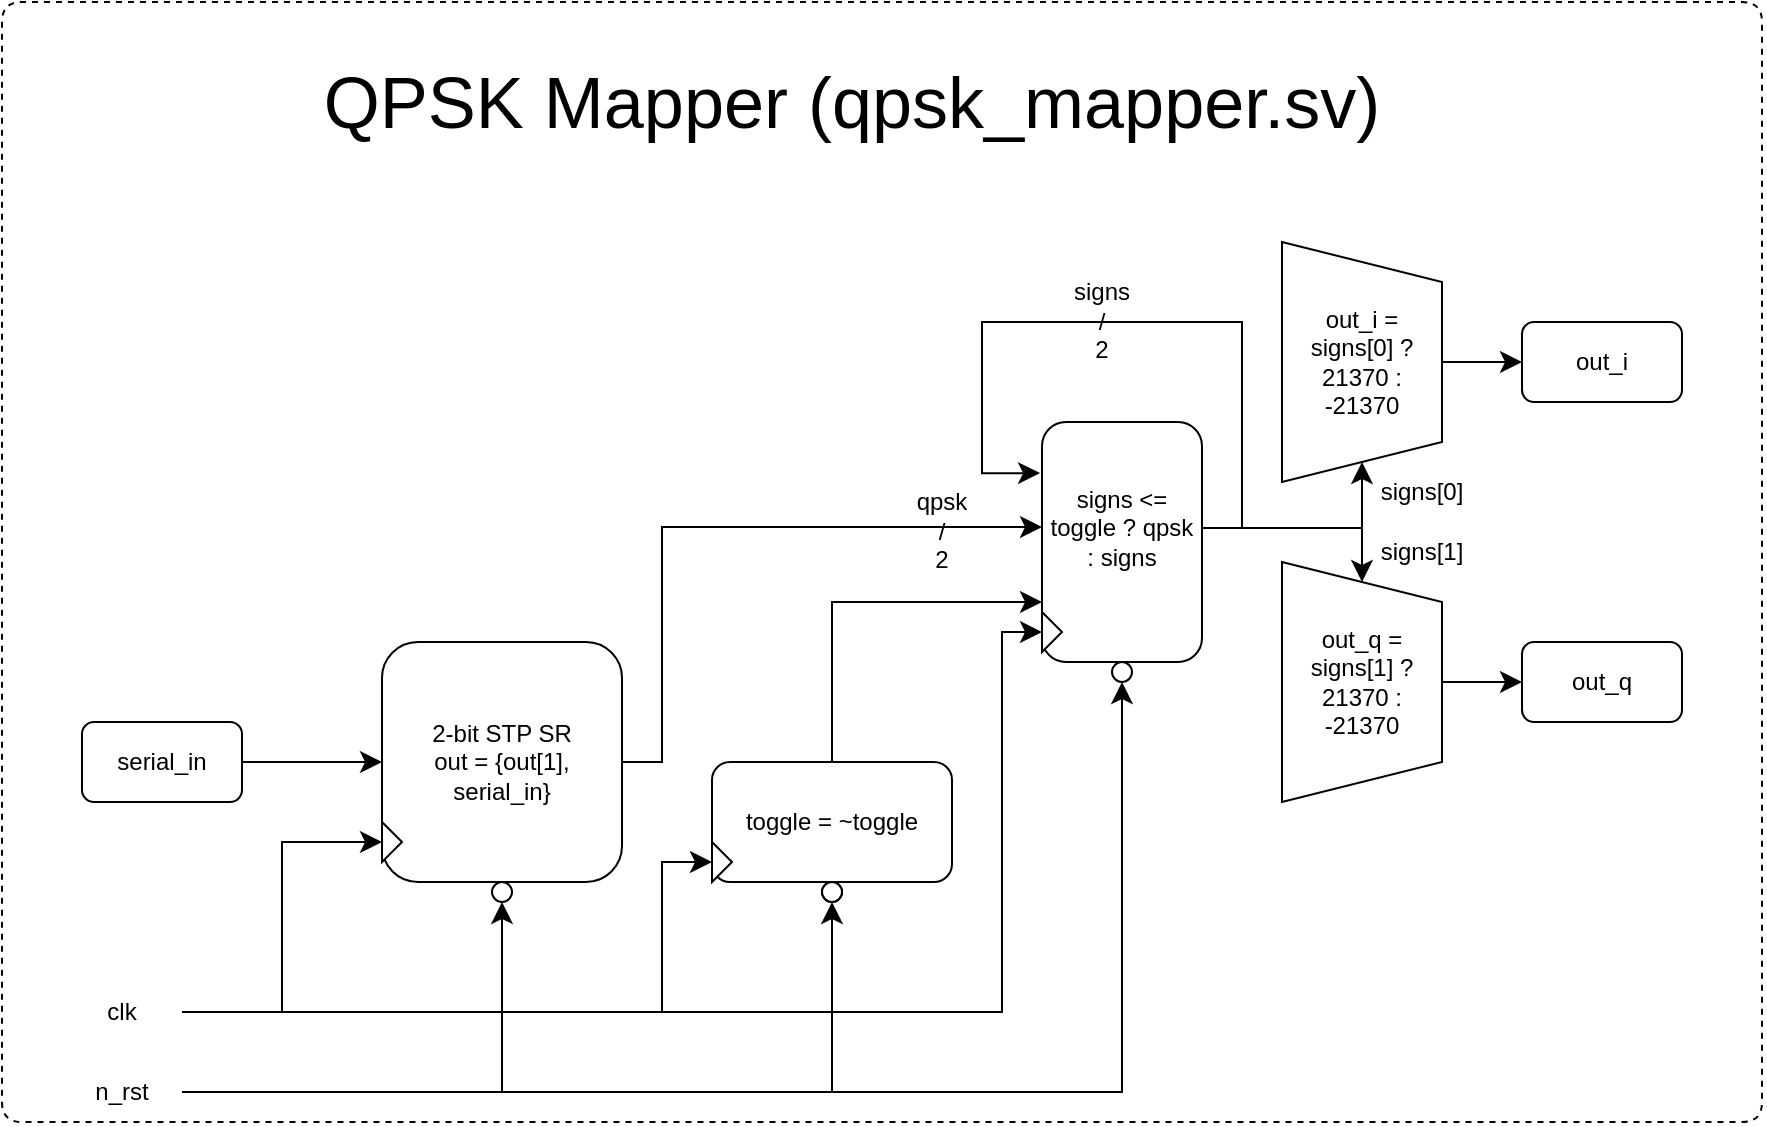
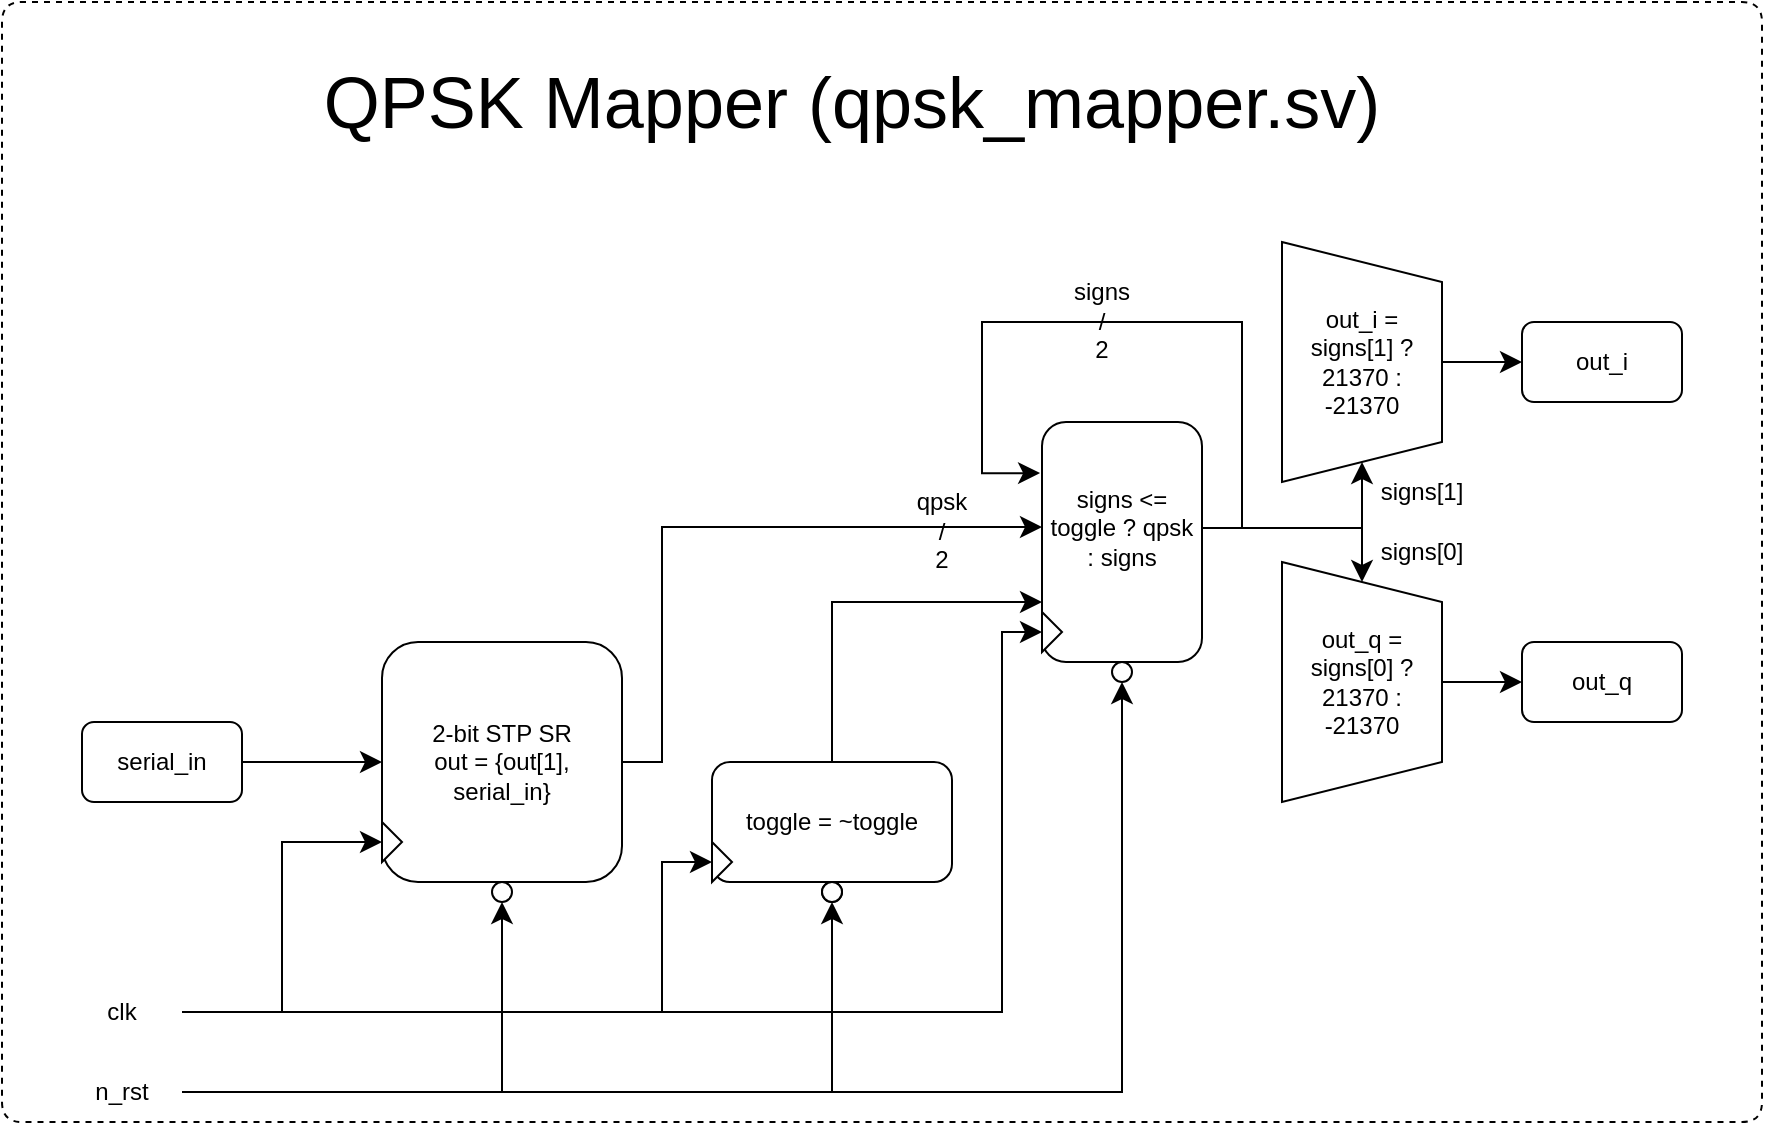
<mxfile host="app.diagrams.net">
  <diagram name="Page-1" id="U4lQIinmkHXP4-waNSO3">
-     <mxGraphModel dx="936" dy="1743" grid="1" gridSize="10" guides="1" tooltips="1" connect="1" arrows="1" fold="1" page="1" pageScale="1" pageWidth="850" pageHeight="1100" math="0" shadow="0">
+     <mxGraphModel dx="656" dy="1519" grid="1" gridSize="10" guides="1" tooltips="1" connect="1" arrows="1" fold="1" page="1" pageScale="1" pageWidth="850" pageHeight="1100" math="0" shadow="0">
      <root>
        <mxCell id="0" />
        <mxCell id="1" parent="0" />
        <mxCell id="J6cfG6GmxILjLDQb_3p_-35" parent="1" style="text;html=1;whiteSpace=wrap;strokeColor=none;fillColor=none;align=center;verticalAlign=middle;rounded=0;fontFamily=Helvetica;fontSize=12;fontColor=default;labelBackgroundColor=default;" value="&lt;div&gt;&lt;br&gt;&lt;/div&gt;&lt;div&gt;&lt;br&gt;&lt;/div&gt;signs&lt;div&gt;/&lt;/div&gt;&lt;div&gt;2&lt;/div&gt;" vertex="1">
          <mxGeometry height="30" width="60" x="520" y="50" as="geometry" />
        </mxCell>
        <mxCell id="J6cfG6GmxILjLDQb_3p_-36" parent="1" style="text;html=1;whiteSpace=wrap;strokeColor=none;fillColor=none;align=center;verticalAlign=middle;rounded=0;fontFamily=Helvetica;fontSize=12;fontColor=default;labelBackgroundColor=default;" value="&lt;div&gt;&lt;br&gt;&lt;/div&gt;&lt;div&gt;&lt;br&gt;&lt;/div&gt;qpsk&lt;br&gt;&lt;div&gt;/&lt;/div&gt;&lt;div&gt;2&lt;/div&gt;" vertex="1">
          <mxGeometry height="30" width="60" x="440" y="155" as="geometry" />
        </mxCell>
        <mxCell id="J6cfG6GmxILjLDQb_3p_-3" edge="1" parent="1" source="J6cfG6GmxILjLDQb_3p_-1" style="edgeStyle=orthogonalEdgeStyle;rounded=0;orthogonalLoop=1;jettySize=auto;html=1;exitX=1;exitY=0.5;exitDx=0;exitDy=0;entryX=0;entryY=0.5;entryDx=0;entryDy=0;fontSize=12;startSize=8;endSize=8;" target="J6cfG6GmxILjLDQb_3p_-2">
          <mxGeometry relative="1" as="geometry" />
        </mxCell>
        <mxCell id="J6cfG6GmxILjLDQb_3p_-1" parent="1" style="rounded=1;whiteSpace=wrap;html=1;" value="serial_in" vertex="1">
          <mxGeometry height="40" width="80" x="40" y="280" as="geometry" />
        </mxCell>
        <mxCell id="J6cfG6GmxILjLDQb_3p_-50" edge="1" parent="1" source="J6cfG6GmxILjLDQb_3p_-2" style="edgeStyle=orthogonalEdgeStyle;shape=connector;rounded=0;orthogonalLoop=1;jettySize=auto;html=1;exitX=1;exitY=0.5;exitDx=0;exitDy=0;strokeColor=default;align=center;verticalAlign=middle;fontFamily=Helvetica;fontSize=12;fontColor=default;labelBackgroundColor=default;startSize=8;endArrow=classic;endSize=8;entryX=0;entryY=0.5;entryDx=0;entryDy=0;" target="J6cfG6GmxILjLDQb_3p_-38">
          <mxGeometry relative="1" as="geometry">
            <Array as="points">
              <mxPoint x="330" y="300" />
              <mxPoint x="330" y="183" />
            </Array>
            <mxPoint x="510" y="183" as="targetPoint" />
          </mxGeometry>
        </mxCell>
        <mxCell id="J6cfG6GmxILjLDQb_3p_-2" parent="1" style="rounded=1;whiteSpace=wrap;html=1;" value="2-bit STP SR&lt;div&gt;out = {out[1], serial_in}&lt;/div&gt;" vertex="1">
          <mxGeometry height="120" width="120" x="190" y="240" as="geometry" />
        </mxCell>
        <mxCell id="J6cfG6GmxILjLDQb_3p_-7" edge="1" parent="1" source="J6cfG6GmxILjLDQb_3p_-4" style="edgeStyle=orthogonalEdgeStyle;shape=connector;rounded=0;orthogonalLoop=1;jettySize=auto;html=1;exitX=1;exitY=0.5;exitDx=0;exitDy=0;entryX=0;entryY=0.5;entryDx=0;entryDy=0;strokeColor=default;align=center;verticalAlign=middle;fontFamily=Helvetica;fontSize=12;fontColor=default;labelBackgroundColor=default;startSize=8;endArrow=classic;endSize=8;" target="J6cfG6GmxILjLDQb_3p_-6">
          <mxGeometry relative="1" as="geometry" />
        </mxCell>
        <mxCell id="J6cfG6GmxILjLDQb_3p_-16" edge="1" parent="1" source="J6cfG6GmxILjLDQb_3p_-4" style="edgeStyle=orthogonalEdgeStyle;shape=connector;rounded=0;orthogonalLoop=1;jettySize=auto;html=1;exitX=1;exitY=0.5;exitDx=0;exitDy=0;entryX=0;entryY=0.5;entryDx=0;entryDy=0;strokeColor=default;align=center;verticalAlign=middle;fontFamily=Helvetica;fontSize=12;fontColor=default;labelBackgroundColor=default;startSize=8;endArrow=classic;endSize=8;" target="J6cfG6GmxILjLDQb_3p_-14">
          <mxGeometry relative="1" as="geometry">
            <Array as="points">
              <mxPoint x="330" y="425" />
              <mxPoint x="330" y="350" />
            </Array>
          </mxGeometry>
        </mxCell>
        <mxCell id="J6cfG6GmxILjLDQb_3p_-57" edge="1" parent="1" source="J6cfG6GmxILjLDQb_3p_-4" style="edgeStyle=orthogonalEdgeStyle;shape=connector;rounded=0;orthogonalLoop=1;jettySize=auto;html=1;exitX=1;exitY=0.5;exitDx=0;exitDy=0;entryX=0;entryY=0.5;entryDx=0;entryDy=0;strokeColor=default;align=center;verticalAlign=middle;fontFamily=Helvetica;fontSize=12;fontColor=default;labelBackgroundColor=default;startSize=8;endArrow=classic;endSize=8;" target="J6cfG6GmxILjLDQb_3p_-55">
          <mxGeometry relative="1" as="geometry">
            <Array as="points">
              <mxPoint x="500" y="425" />
              <mxPoint x="500" y="235" />
            </Array>
          </mxGeometry>
        </mxCell>
        <mxCell id="J6cfG6GmxILjLDQb_3p_-4" parent="1" style="text;html=1;whiteSpace=wrap;strokeColor=none;fillColor=none;align=center;verticalAlign=middle;rounded=0;fontFamily=Helvetica;fontSize=12;fontColor=default;labelBackgroundColor=default;" value="clk" vertex="1">
          <mxGeometry height="30" width="60" x="30" y="410" as="geometry" />
        </mxCell>
        <mxCell id="J6cfG6GmxILjLDQb_3p_-9" edge="1" parent="1" source="J6cfG6GmxILjLDQb_3p_-5" style="edgeStyle=orthogonalEdgeStyle;shape=connector;rounded=0;orthogonalLoop=1;jettySize=auto;html=1;exitX=1;exitY=0.5;exitDx=0;exitDy=0;entryX=0.5;entryY=1;entryDx=0;entryDy=0;strokeColor=default;align=center;verticalAlign=middle;fontFamily=Helvetica;fontSize=12;fontColor=default;labelBackgroundColor=default;startSize=8;endArrow=classic;endSize=8;" target="J6cfG6GmxILjLDQb_3p_-8">
          <mxGeometry relative="1" as="geometry" />
        </mxCell>
        <mxCell id="J6cfG6GmxILjLDQb_3p_-17" edge="1" parent="1" source="J6cfG6GmxILjLDQb_3p_-5" style="edgeStyle=orthogonalEdgeStyle;shape=connector;rounded=0;orthogonalLoop=1;jettySize=auto;html=1;exitX=1;exitY=0.5;exitDx=0;exitDy=0;entryX=0.5;entryY=1;entryDx=0;entryDy=0;strokeColor=default;align=center;verticalAlign=middle;fontFamily=Helvetica;fontSize=12;fontColor=default;labelBackgroundColor=default;startSize=8;endArrow=classic;endSize=8;" target="J6cfG6GmxILjLDQb_3p_-15">
          <mxGeometry relative="1" as="geometry" />
        </mxCell>
        <mxCell id="J6cfG6GmxILjLDQb_3p_-60" edge="1" parent="1" source="J6cfG6GmxILjLDQb_3p_-5" style="edgeStyle=orthogonalEdgeStyle;shape=connector;rounded=0;orthogonalLoop=1;jettySize=auto;html=1;exitX=1;exitY=0.5;exitDx=0;exitDy=0;entryX=0.5;entryY=1;entryDx=0;entryDy=0;strokeColor=default;align=center;verticalAlign=middle;fontFamily=Helvetica;fontSize=12;fontColor=default;labelBackgroundColor=default;startSize=8;endArrow=classic;endSize=8;" target="J6cfG6GmxILjLDQb_3p_-59">
          <mxGeometry relative="1" as="geometry" />
        </mxCell>
        <mxCell id="J6cfG6GmxILjLDQb_3p_-5" parent="1" style="text;html=1;whiteSpace=wrap;strokeColor=none;fillColor=none;align=center;verticalAlign=middle;rounded=0;fontFamily=Helvetica;fontSize=12;fontColor=default;labelBackgroundColor=default;" value="n_rst" vertex="1">
          <mxGeometry height="30" width="60" x="30" y="450" as="geometry" />
        </mxCell>
        <mxCell id="J6cfG6GmxILjLDQb_3p_-6" parent="1" style="triangle;whiteSpace=wrap;html=1;fontFamily=Helvetica;fontSize=12;fontColor=default;labelBackgroundColor=default;" value="" vertex="1">
          <mxGeometry height="20" width="10" x="190" y="330" as="geometry" />
        </mxCell>
        <mxCell id="J6cfG6GmxILjLDQb_3p_-8" parent="1" style="ellipse;whiteSpace=wrap;html=1;aspect=fixed;fontFamily=Helvetica;fontSize=12;fontColor=default;labelBackgroundColor=default;" value="" vertex="1">
          <mxGeometry height="10" width="10" x="245" y="360" as="geometry" />
        </mxCell>
        <mxCell id="J6cfG6GmxILjLDQb_3p_-46" edge="1" parent="1" source="J6cfG6GmxILjLDQb_3p_-12" style="edgeStyle=orthogonalEdgeStyle;shape=connector;rounded=0;orthogonalLoop=1;jettySize=auto;html=1;exitX=0.5;exitY=0;exitDx=0;exitDy=0;entryX=0;entryY=0.75;entryDx=0;entryDy=0;strokeColor=default;align=center;verticalAlign=middle;fontFamily=Helvetica;fontSize=12;fontColor=default;labelBackgroundColor=default;startSize=8;endArrow=classic;endSize=8;" target="J6cfG6GmxILjLDQb_3p_-45">
          <mxGeometry relative="1" as="geometry" />
        </mxCell>
        <mxCell id="J6cfG6GmxILjLDQb_3p_-12" parent="1" style="rounded=1;whiteSpace=wrap;html=1;fontFamily=Helvetica;fontSize=12;fontColor=default;labelBackgroundColor=default;" value="toggle = ~toggle" vertex="1">
          <mxGeometry height="60" width="120" x="355" y="300" as="geometry" />
        </mxCell>
        <mxCell id="J6cfG6GmxILjLDQb_3p_-14" parent="1" style="triangle;whiteSpace=wrap;html=1;fontFamily=Helvetica;fontSize=12;fontColor=default;labelBackgroundColor=default;" value="" vertex="1">
          <mxGeometry height="20" width="10" x="355" y="340" as="geometry" />
        </mxCell>
        <mxCell id="J6cfG6GmxILjLDQb_3p_-15" parent="1" style="ellipse;whiteSpace=wrap;html=1;aspect=fixed;fontFamily=Helvetica;fontSize=12;fontColor=default;labelBackgroundColor=default;" value="" vertex="1">
          <mxGeometry height="10" width="10" x="410" y="360" as="geometry" />
        </mxCell>
        <mxCell id="J6cfG6GmxILjLDQb_3p_-33" edge="1" parent="1" source="J6cfG6GmxILjLDQb_3p_-21" style="edgeStyle=orthogonalEdgeStyle;shape=connector;rounded=0;orthogonalLoop=1;jettySize=auto;html=1;exitX=0.5;exitY=0;exitDx=0;exitDy=0;entryX=0;entryY=0.5;entryDx=0;entryDy=0;strokeColor=default;align=center;verticalAlign=middle;fontFamily=Helvetica;fontSize=12;fontColor=default;labelBackgroundColor=default;startSize=8;endArrow=classic;endSize=8;" target="J6cfG6GmxILjLDQb_3p_-25">
          <mxGeometry relative="1" as="geometry" />
        </mxCell>
        <mxCell id="J6cfG6GmxILjLDQb_3p_-21" parent="1" style="shape=trapezoid;perimeter=trapezoidPerimeter;whiteSpace=wrap;html=1;fixedSize=1;fontFamily=Helvetica;fontSize=12;fontColor=default;labelBackgroundColor=default;rotation=90;" value="" vertex="1">
          <mxGeometry height="80" width="120" x="620" y="60" as="geometry" />
        </mxCell>
        <mxCell id="J6cfG6GmxILjLDQb_3p_-34" edge="1" parent="1" source="J6cfG6GmxILjLDQb_3p_-22" style="edgeStyle=orthogonalEdgeStyle;shape=connector;rounded=0;orthogonalLoop=1;jettySize=auto;html=1;exitX=0.5;exitY=0;exitDx=0;exitDy=0;entryX=0;entryY=0.5;entryDx=0;entryDy=0;strokeColor=default;align=center;verticalAlign=middle;fontFamily=Helvetica;fontSize=12;fontColor=default;labelBackgroundColor=default;startSize=8;endArrow=classic;endSize=8;" target="J6cfG6GmxILjLDQb_3p_-26">
          <mxGeometry relative="1" as="geometry" />
        </mxCell>
        <mxCell id="J6cfG6GmxILjLDQb_3p_-22" parent="1" style="shape=trapezoid;perimeter=trapezoidPerimeter;whiteSpace=wrap;html=1;fixedSize=1;fontFamily=Helvetica;fontSize=12;fontColor=default;labelBackgroundColor=default;rotation=90;" value="" vertex="1">
          <mxGeometry height="80" width="120" x="620" y="220" as="geometry" />
        </mxCell>
        <mxCell id="J6cfG6GmxILjLDQb_3p_-25" parent="1" style="rounded=1;whiteSpace=wrap;html=1;fontFamily=Helvetica;fontSize=12;fontColor=default;labelBackgroundColor=default;" value="out_i" vertex="1">
          <mxGeometry height="40" width="80" x="760" y="80" as="geometry" />
        </mxCell>
        <mxCell id="J6cfG6GmxILjLDQb_3p_-26" parent="1" style="rounded=1;whiteSpace=wrap;html=1;fontFamily=Helvetica;fontSize=12;fontColor=default;labelBackgroundColor=default;" value="out_q" vertex="1">
          <mxGeometry height="40" width="80" x="760" y="240" as="geometry" />
        </mxCell>
-         <mxCell id="J6cfG6GmxILjLDQb_3p_-39" parent="1" style="text;html=1;whiteSpace=wrap;strokeColor=none;fillColor=none;align=center;verticalAlign=middle;rounded=0;fontFamily=Helvetica;fontSize=12;fontColor=default;labelBackgroundColor=default;" value="out_i = signs[0] ? 21370 : -21370" vertex="1">
+         <mxCell id="J6cfG6GmxILjLDQb_3p_-39" parent="1" style="text;html=1;whiteSpace=wrap;strokeColor=none;fillColor=none;align=center;verticalAlign=middle;rounded=0;fontFamily=Helvetica;fontSize=12;fontColor=default;labelBackgroundColor=default;" value="out_i = signs[1] ? 21370 : -21370" vertex="1">
          <mxGeometry height="70" width="80" x="640" y="65" as="geometry" />
        </mxCell>
-         <mxCell id="J6cfG6GmxILjLDQb_3p_-40" parent="1" style="text;html=1;whiteSpace=wrap;strokeColor=none;fillColor=none;align=center;verticalAlign=middle;rounded=0;fontFamily=Helvetica;fontSize=12;fontColor=default;labelBackgroundColor=default;" value="out_q = signs[1] ? 21370 : -21370" vertex="1">
+         <mxCell id="J6cfG6GmxILjLDQb_3p_-40" parent="1" style="text;html=1;whiteSpace=wrap;strokeColor=none;fillColor=none;align=center;verticalAlign=middle;rounded=0;fontFamily=Helvetica;fontSize=12;fontColor=default;labelBackgroundColor=default;" value="out_q = signs[0] ? 21370 : -21370" vertex="1">
          <mxGeometry height="70" width="80" x="640" y="225" as="geometry" />
        </mxCell>
-         <mxCell id="J6cfG6GmxILjLDQb_3p_-41" parent="1" style="text;html=1;whiteSpace=wrap;strokeColor=none;fillColor=none;align=center;verticalAlign=middle;rounded=0;fontFamily=Helvetica;fontSize=12;fontColor=default;labelBackgroundColor=default;" value="signs[0]" vertex="1">
+         <mxCell id="J6cfG6GmxILjLDQb_3p_-41" parent="1" style="text;html=1;whiteSpace=wrap;strokeColor=none;fillColor=none;align=center;verticalAlign=middle;rounded=0;fontFamily=Helvetica;fontSize=12;fontColor=default;labelBackgroundColor=default;" value="signs[1]" vertex="1">
          <mxGeometry height="30" width="60" x="680" y="150" as="geometry" />
        </mxCell>
-         <mxCell id="J6cfG6GmxILjLDQb_3p_-42" parent="1" style="text;html=1;whiteSpace=wrap;strokeColor=none;fillColor=none;align=center;verticalAlign=middle;rounded=0;fontFamily=Helvetica;fontSize=12;fontColor=default;labelBackgroundColor=default;" value="signs[1]" vertex="1">
+         <mxCell id="J6cfG6GmxILjLDQb_3p_-42" parent="1" style="text;html=1;whiteSpace=wrap;strokeColor=none;fillColor=none;align=center;verticalAlign=middle;rounded=0;fontFamily=Helvetica;fontSize=12;fontColor=default;labelBackgroundColor=default;" value="signs[0]" vertex="1">
          <mxGeometry height="20" width="60" x="680" y="185" as="geometry" />
        </mxCell>
        <mxCell id="J6cfG6GmxILjLDQb_3p_-53" edge="1" parent="1" source="J6cfG6GmxILjLDQb_3p_-45" style="edgeStyle=orthogonalEdgeStyle;shape=connector;rounded=0;orthogonalLoop=1;jettySize=auto;html=1;exitX=1;exitY=0.5;exitDx=0;exitDy=0;entryX=1;entryY=0.5;entryDx=0;entryDy=0;strokeColor=default;align=center;verticalAlign=middle;fontFamily=Helvetica;fontSize=12;fontColor=default;labelBackgroundColor=default;startSize=8;endArrow=classic;endSize=8;" target="J6cfG6GmxILjLDQb_3p_-21">
          <mxGeometry relative="1" as="geometry">
            <Array as="points">
              <mxPoint x="680" y="183" />
            </Array>
          </mxGeometry>
        </mxCell>
        <mxCell id="J6cfG6GmxILjLDQb_3p_-54" edge="1" parent="1" source="J6cfG6GmxILjLDQb_3p_-45" style="edgeStyle=orthogonalEdgeStyle;shape=connector;rounded=0;orthogonalLoop=1;jettySize=auto;html=1;exitX=1;exitY=0.5;exitDx=0;exitDy=0;entryX=0;entryY=0.5;entryDx=0;entryDy=0;strokeColor=default;align=center;verticalAlign=middle;fontFamily=Helvetica;fontSize=12;fontColor=default;labelBackgroundColor=default;startSize=8;endArrow=classic;endSize=8;" target="J6cfG6GmxILjLDQb_3p_-22">
          <mxGeometry relative="1" as="geometry">
            <Array as="points">
              <mxPoint x="680" y="183" />
            </Array>
          </mxGeometry>
        </mxCell>
        <mxCell id="J6cfG6GmxILjLDQb_3p_-45" parent="1" style="rounded=1;whiteSpace=wrap;html=1;fontFamily=Helvetica;fontSize=12;fontColor=default;labelBackgroundColor=default;" value="" vertex="1">
          <mxGeometry height="120" width="80" x="520" y="130" as="geometry" />
        </mxCell>
        <mxCell id="J6cfG6GmxILjLDQb_3p_-52" edge="1" parent="1" style="edgeStyle=orthogonalEdgeStyle;shape=connector;rounded=0;orthogonalLoop=1;jettySize=auto;html=1;exitX=1;exitY=0.5;exitDx=0;exitDy=0;strokeColor=default;align=center;verticalAlign=middle;fontFamily=Helvetica;fontSize=12;fontColor=default;labelBackgroundColor=default;startSize=8;endArrow=classic;endSize=8;entryX=-0.012;entryY=0.115;entryDx=0;entryDy=0;entryPerimeter=0;" target="J6cfG6GmxILjLDQb_3p_-38">
          <mxGeometry relative="1" as="geometry">
            <Array as="points">
              <mxPoint x="600" y="183" />
              <mxPoint x="620" y="183" />
              <mxPoint x="620" y="80" />
              <mxPoint x="490" y="80" />
              <mxPoint x="490" y="155" />
            </Array>
            <mxPoint x="600" y="189.97" as="sourcePoint" />
            <mxPoint x="510" y="156" as="targetPoint" />
          </mxGeometry>
        </mxCell>
        <mxCell id="J6cfG6GmxILjLDQb_3p_-38" parent="1" style="text;html=1;whiteSpace=wrap;strokeColor=none;fillColor=none;align=center;verticalAlign=middle;rounded=0;fontFamily=Helvetica;fontSize=12;fontColor=default;labelBackgroundColor=default;" value="signs &amp;lt;= toggle ? qpsk : signs" vertex="1">
          <mxGeometry height="70" width="80" x="520" y="147.5" as="geometry" />
        </mxCell>
        <mxCell id="J6cfG6GmxILjLDQb_3p_-55" parent="1" style="triangle;whiteSpace=wrap;html=1;fontFamily=Helvetica;fontSize=12;fontColor=default;labelBackgroundColor=default;" value="" vertex="1">
          <mxGeometry height="20" width="10" x="520" y="225" as="geometry" />
        </mxCell>
        <mxCell id="J6cfG6GmxILjLDQb_3p_-58" parent="1" style="ellipse;whiteSpace=wrap;html=1;aspect=fixed;fontFamily=Helvetica;fontSize=12;fontColor=default;labelBackgroundColor=default;" value="" vertex="1">
          <mxGeometry height="10" width="10" x="410" y="360" as="geometry" />
        </mxCell>
        <mxCell id="J6cfG6GmxILjLDQb_3p_-59" parent="1" style="ellipse;whiteSpace=wrap;html=1;aspect=fixed;fontFamily=Helvetica;fontSize=12;fontColor=default;labelBackgroundColor=default;" value="" vertex="1">
          <mxGeometry height="10" width="10" x="555" y="250" as="geometry" />
        </mxCell>
        <mxCell id="J6cfG6GmxILjLDQb_3p_-61" parent="1" style="text;html=1;whiteSpace=wrap;strokeColor=none;fillColor=none;align=center;verticalAlign=middle;rounded=0;fontFamily=Helvetica;fontSize=36;fontColor=default;labelBackgroundColor=default;" value="QPSK Mapper (qpsk_mapper.sv)" vertex="1">
          <mxGeometry height="80" width="670" x="90" y="-70" as="geometry" />
        </mxCell>
        <mxCell id="J6cfG6GmxILjLDQb_3p_-62" edge="1" parent="1" style="endArrow=none;dashed=1;html=1;rounded=1;strokeColor=default;align=center;verticalAlign=middle;fontFamily=Helvetica;fontSize=12;fontColor=default;labelBackgroundColor=default;edgeStyle=orthogonalEdgeStyle;startSize=8;endSize=8;curved=0;" value="">
          <mxGeometry height="50" relative="1" width="50" as="geometry">
            <Array as="points">
              <mxPoint y="-80" />
              <mxPoint y="480" />
              <mxPoint x="880" y="480" />
              <mxPoint x="880" y="-80" />
            </Array>
            <mxPoint x="840" y="-80" as="sourcePoint" />
            <mxPoint x="840" y="-80" as="targetPoint" />
          </mxGeometry>
        </mxCell>
      </root>
    </mxGraphModel>
  </diagram>
</mxfile>
